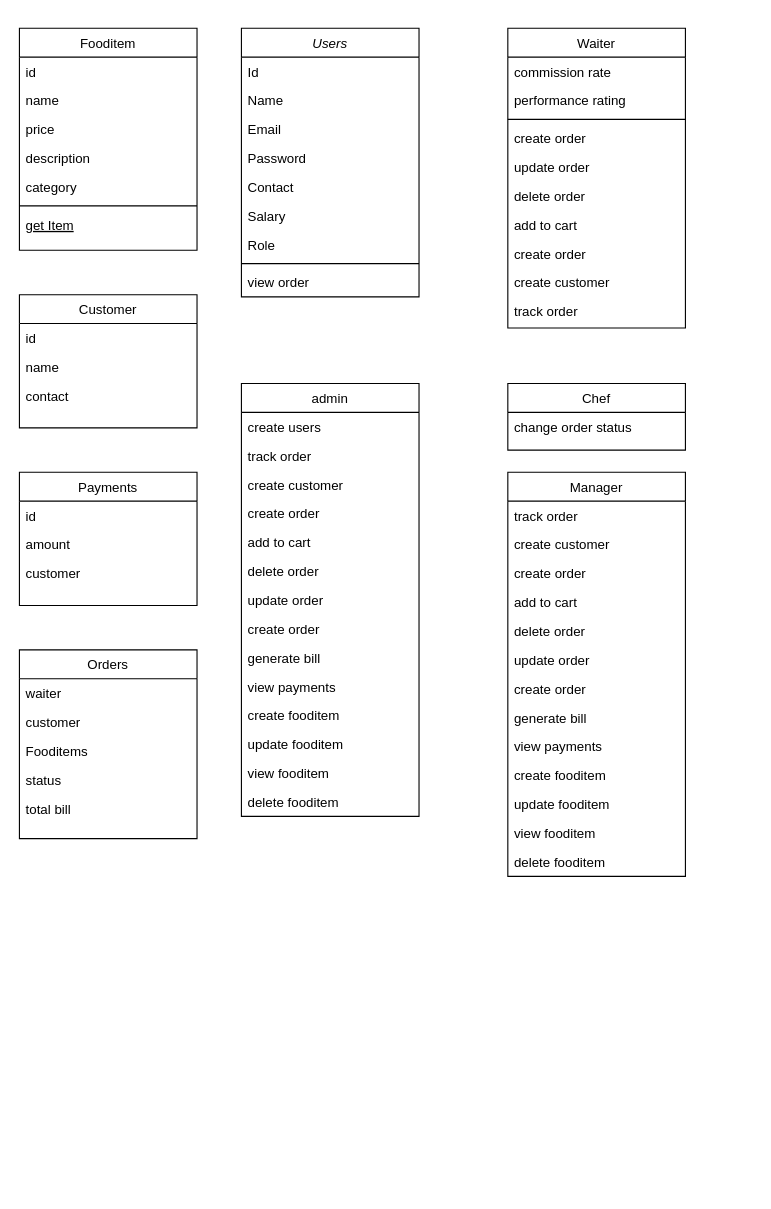
This is diagrams/RO_CD.drawio from w4r10ck-sudo/ROS, a draw.io file, before an edit. Source tidied: cells renumbered, new cells numbered last; positions are measured from the earlier drawing's top-left corner, leaving out a move shared by most shapes. Both pictures are drawn from the tidied source at 111%, with x=0, y=0 at pixel (19, 28).
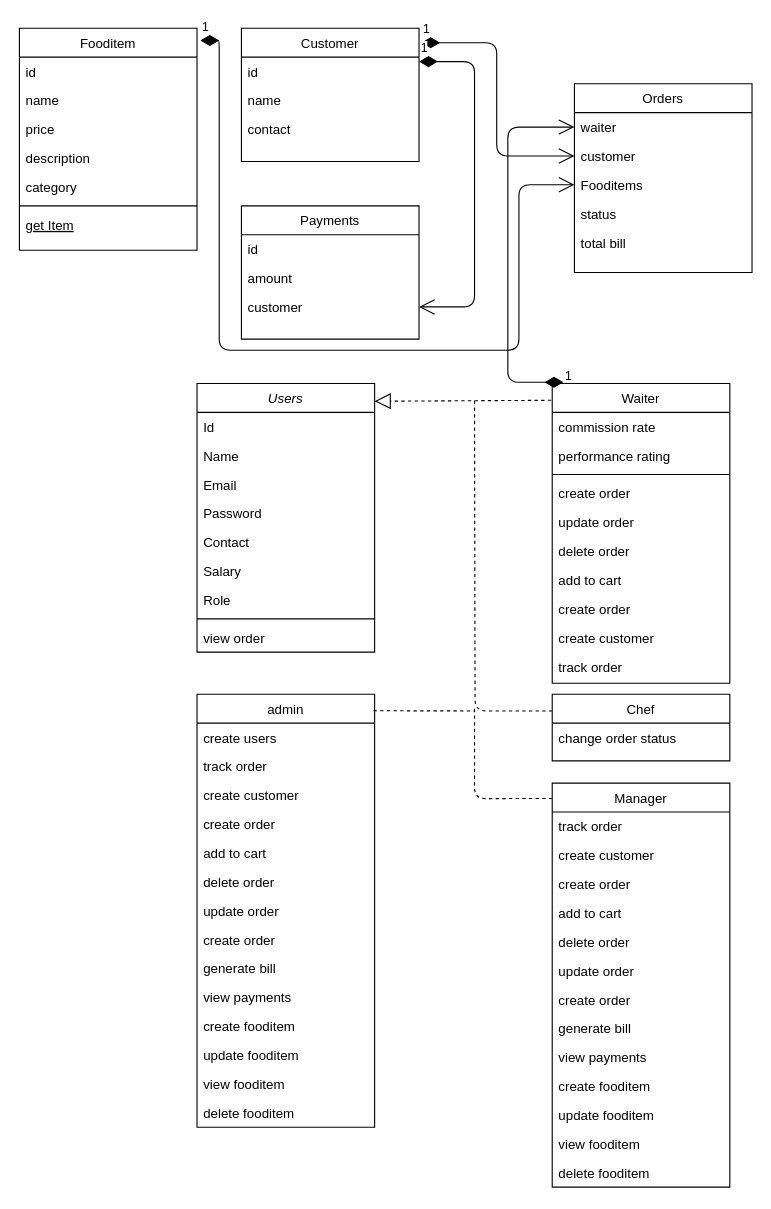
After the change.

The change refers to these unchanged cells:
```xml
<mxCell id="12" value="Fooditem" style="swimlane;fontStyle=0;align=center;verticalAlign=top;horizontal=1;startSize=26;rounded=0;shadow=0;strokeWidth=1;" parent="1" vertex="1">
  <mxGeometry width="160" height="200" as="geometry" />
</mxCell>
<mxCell id="69" value="customer" style="text;align=left;verticalAlign=top;spacingLeft=4;spacingRight=4;overflow=hidden;points=[[0,0.5],[1,0.5]];portConstraint=eastwest;rounded=0;shadow=0;html=0;" parent="66" vertex="1">
  <mxGeometry y="78" width="160" height="26" as="geometry" />
</mxCell>
<mxCell id="71" value="waiter" style="text;align=left;verticalAlign=top;spacingLeft=4;spacingRight=4;overflow=hidden;points=[[0,0.5],[1,0.5]];portConstraint=eastwest;" parent="70" vertex="1">
  <mxGeometry y="26" width="160" height="26" as="geometry" />
</mxCell>
<mxCell id="72" value="customer" style="text;align=left;verticalAlign=top;spacingLeft=4;spacingRight=4;overflow=hidden;points=[[0,0.5],[1,0.5]];portConstraint=eastwest;rounded=0;shadow=0;html=0;" parent="70" vertex="1">
  <mxGeometry y="52" width="160" height="26" as="geometry" />
</mxCell>
<mxCell id="73" value="Fooditems" style="text;align=left;verticalAlign=top;spacingLeft=4;spacingRight=4;overflow=hidden;points=[[0,0.5],[1,0.5]];portConstraint=eastwest;rounded=0;shadow=0;html=0;" parent="70" vertex="1">
  <mxGeometry y="78" width="160" height="26" as="geometry" />
</mxCell>
```

What changed in the source:
```diff
@@
     <mxCell id="2" value="Users" style="swimlane;fontStyle=2;align=center;verticalAlign=top;horizontal=1;startSize=26;rounded=0;shadow=0;strokeWidth=1;" parent="1" vertex="1">
-      <mxGeometry x="200" width="160" height="242" as="geometry" />
+      <mxGeometry x="160" y="320" width="160" height="242" as="geometry" />
     </mxCell>
@@
     <mxCell id="20" value="Chef" style="swimlane;fontStyle=0;align=center;verticalAlign=top;horizontal=1;startSize=26;rounded=0;shadow=0;strokeWidth=1;" parent="1" vertex="1">
-      <mxGeometry x="440" y="320" width="160" height="60" as="geometry" />
+      <mxGeometry x="480" y="600" width="160" height="60" as="geometry" />
     </mxCell>
@@
     <mxCell id="22" value="Waiter" style="swimlane;fontStyle=0;align=center;verticalAlign=top;horizontal=1;startSize=26;rounded=0;shadow=0;strokeWidth=1;" parent="1" vertex="1">
-      <mxGeometry x="440" width="160" height="270" as="geometry" />
+      <mxGeometry x="480" y="320" width="160" height="270" as="geometry" />
     </mxCell>
@@
     <mxCell id="33" value="Manager" style="swimlane;fontStyle=0;align=center;verticalAlign=top;horizontal=1;startSize=26;rounded=0;shadow=0;strokeWidth=1;" parent="1" vertex="1">
-      <mxGeometry x="440" y="400" width="160" height="364" as="geometry" />
+      <mxGeometry x="480" y="680" width="160" height="364" as="geometry" />
     </mxCell>
@@
     <mxCell id="47" value="admin" style="swimlane;fontStyle=0;align=center;verticalAlign=top;horizontal=1;startSize=26;rounded=0;shadow=0;strokeWidth=1;" parent="1" vertex="1">
-      <mxGeometry x="200" y="320" width="160" height="390" as="geometry" />
+      <mxGeometry x="160" y="600" width="160" height="390" as="geometry" />
     </mxCell>
@@
     <mxCell id="62" value="Customer" style="swimlane;fontStyle=0;align=center;verticalAlign=top;horizontal=1;startSize=26;rounded=0;shadow=0;strokeWidth=1;" parent="1" vertex="1">
-      <mxGeometry y="240" width="160" height="120" as="geometry" />
+      <mxGeometry x="200" width="160" height="120" as="geometry" />
     </mxCell>
@@
     <mxCell id="66" value="Payments" style="swimlane;fontStyle=0;align=center;verticalAlign=top;horizontal=1;startSize=26;rounded=0;shadow=0;strokeWidth=1;" parent="1" vertex="1">
-      <mxGeometry y="400" width="160" height="120" as="geometry" />
+      <mxGeometry x="200" y="160" width="160" height="120" as="geometry" />
     </mxCell>
@@
     <mxCell id="70" value="Orders" style="swimlane;fontStyle=0;align=center;verticalAlign=top;horizontal=1;startSize=26;rounded=0;shadow=0;strokeWidth=1;" parent="1" vertex="1">
-      <mxGeometry y="560" width="160" height="170" as="geometry" />
+      <mxGeometry x="500" y="50" width="160" height="170" as="geometry" />
     </mxCell>
@@
+    <mxCell id="76" style="endArrow=block;dashed=1;endFill=0;endSize=12;html=1;entryX=1;entryY=0.066;entryDx=0;entryDy=0;entryPerimeter=0;exitX=-0.006;exitY=0.056;exitDx=0;exitDy=0;exitPerimeter=0;" parent="1" edge="1" source="22" target="2">
+      <mxGeometry relative="1" as="geometry" />
+    </mxCell>
+    <mxCell id="77" style="endArrow=none;dashed=1;html=1;exitX=0;exitY=0.25;exitDx=0;exitDy=0;edgeStyle=orthogonalEdgeStyle;" parent="1" edge="1" source="20">
+      <mxGeometry relative="1" as="geometry">
+        <mxPoint x="410" y="334" as="targetPoint" />
+      </mxGeometry>
+    </mxCell>
+    <mxCell id="78" style="endArrow=none;dashed=1;html=1;exitX=0;exitY=0.038;exitDx=0;exitDy=0;exitPerimeter=0;" parent="1" edge="1" source="33">
+      <mxGeometry relative="1" as="geometry">
+        <mxPoint x="410" y="610" as="targetPoint" />
+        <Array as="points">
+          <mxPoint x="410" y="694" />
+        </Array>
+      </mxGeometry>
+    </mxCell>
+    <mxCell id="79" style="endArrow=none;dashed=1;html=1;exitX=0.994;exitY=0.038;exitDx=0;exitDy=0;exitPerimeter=0;" parent="1" edge="1" source="47">
+      <mxGeometry relative="1" as="geometry">
+        <mxPoint x="410" y="615" as="targetPoint" />
+      </mxGeometry>
+    </mxCell>
+    <mxCell id="80" value="1" style="endArrow=open;html=1;endSize=12;startArrow=diamondThin;startSize=14;startFill=1;edgeStyle=orthogonalEdgeStyle;align=left;verticalAlign=bottom;entryX=0;entryY=0.5;entryDx=0;entryDy=0;exitX=1.013;exitY=0.108;exitDx=0;exitDy=0;exitPerimeter=0;" parent="1" edge="1" source="62" target="72">
+      <mxGeometry x="-1" y="3" relative="1" as="geometry" />
+    </mxCell>
+    <mxCell id="81" value="1" style="endArrow=open;html=1;endSize=12;startArrow=diamondThin;startSize=14;startFill=1;edgeStyle=orthogonalEdgeStyle;align=left;verticalAlign=bottom;entryX=0;entryY=0.5;entryDx=0;entryDy=0;exitX=0.063;exitY=-0.004;exitDx=0;exitDy=0;exitPerimeter=0;" parent="1" edge="1" source="22" target="71">
+      <mxGeometry x="-1" y="3" relative="1" as="geometry">
+        <Array as="points">
+          <mxPoint x="440" y="319" />
+          <mxPoint x="440" y="89" />
+        </Array>
+      </mxGeometry>
+    </mxCell>
+    <mxCell id="82" value="1" style="endArrow=open;html=1;endSize=12;startArrow=diamondThin;startSize=14;startFill=1;edgeStyle=orthogonalEdgeStyle;align=left;verticalAlign=bottom;entryX=0;entryY=0.5;entryDx=0;entryDy=0;exitX=1.019;exitY=0.055;exitDx=0;exitDy=0;exitPerimeter=0;" parent="1" edge="1" source="12" target="73">
+      <mxGeometry x="-1" y="3" relative="1" as="geometry">
+        <Array as="points">
+          <mxPoint x="180" y="11" />
+          <mxPoint x="180" y="290" />
+          <mxPoint x="450" y="290" />
+          <mxPoint x="450" y="141" />
+        </Array>
+      </mxGeometry>
+    </mxCell>
+    <mxCell id="83" value="1" style="endArrow=open;html=1;endSize=12;startArrow=diamondThin;startSize=14;startFill=1;edgeStyle=orthogonalEdgeStyle;align=left;verticalAlign=bottom;entryX=1;entryY=0.5;entryDx=0;entryDy=0;exitX=1;exitY=0.25;exitDx=0;exitDy=0;" parent="1" edge="1" source="62" target="69">
+      <mxGeometry x="-1" y="3" relative="1" as="geometry">
+        <Array as="points">
+          <mxPoint x="410" y="30" />
+          <mxPoint x="410" y="251" />
+        </Array>
+      </mxGeometry>
+    </mxCell>
```
